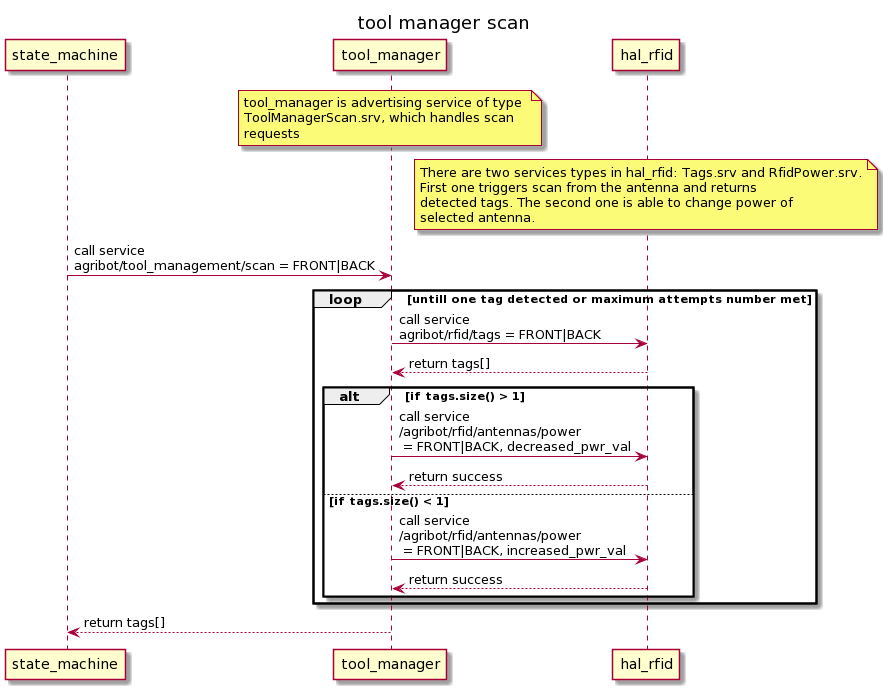
Before: doc/scan_tags.png, a diagram exported from PlantUML (agribot-2-0/agribot_tools_management).
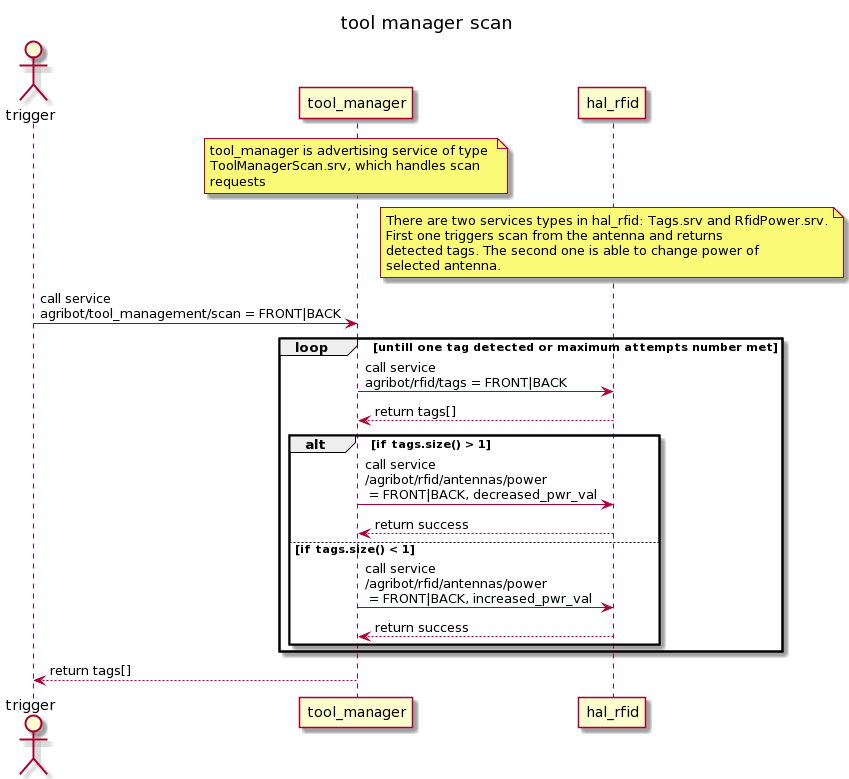
After the change.

Commit message:
Deleted unnecessary node name from chart

The edit, as a diff of the source:
```diff
@@ -1,7 +1,7 @@
 @startuml
 title tool manager scan
 
-participant state_machine
+actor trigger
 participant tool_manager
 participant hal_rfid
 
@@ -9,7 +9,7 @@
 
 note over hal_rfid:There are two services types in hal_rfid: Tags.srv and RfidPower.srv.\nFirst one triggers scan from the antenna and returns\ndetected tags. The second one is able to change power of \nselected antenna.
 
-state_machine->tool_manager:call service\nagribot/tool_management/scan = FRONT|BACK
+trigger->tool_manager:call service\nagribot/tool_management/scan = FRONT|BACK
 loop untill one tag detected or maximum attempts number met
                     tool_manager->hal_rfid:call service\nagribot/rfid/tags = FRONT|BACK
 hal_rfid-->tool_manager: return tags[]
@@ -21,5 +21,5 @@
 						hal_rfid-->tool_manager: return success
 					end
                     end
-tool_manager-->state_machine: return tags[]
+tool_manager-->trigger: return tags[]
 @enduml
```
